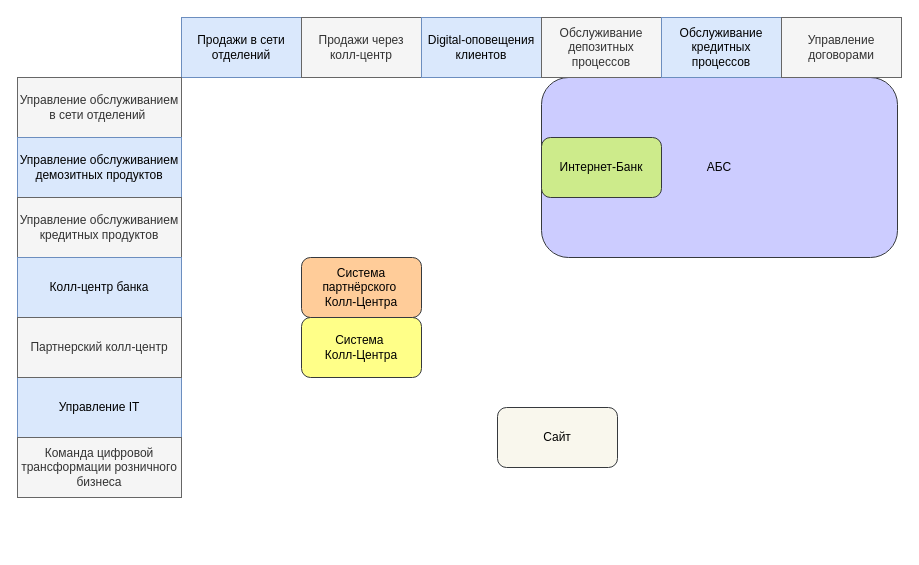
Before: page "Страница — 1" (1 of 2) of it_land_map.drawio in MorKaragh/drawings, a draw.io diagram. Source tidied: cells renumbered, new cells numbered last; positions are measured from the earlier drawing's top-left corner, leaving out a move shared by most shapes. Both pictures are drawn from the tidied source at 100%, with x=0, y=0 at pixel (17, 17).
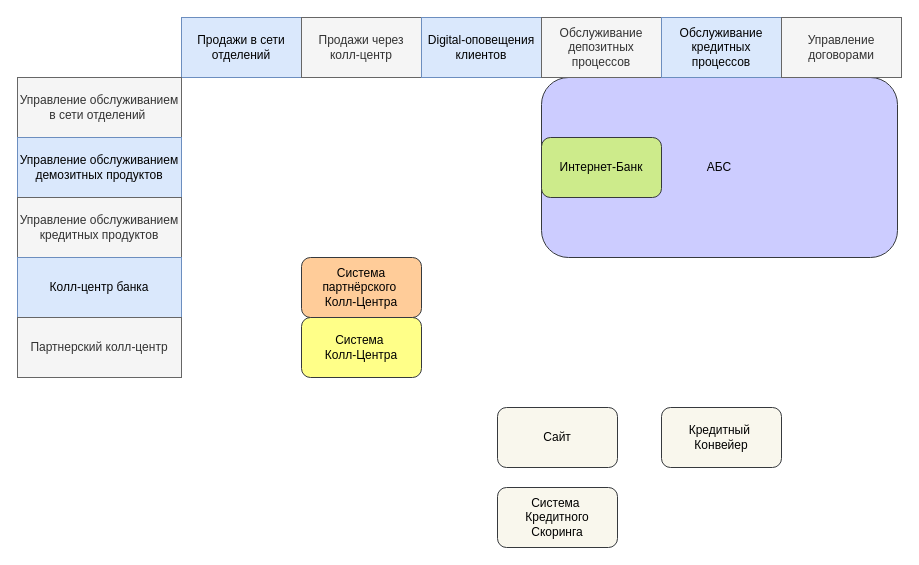
The same diagram, later.

What changed in the source:
```diff
@@
 <mxGraphModel>
   <root>
     <mxCell id="0" />
     <mxCell id="1" parent="0" />
     <mxCell id="2" value="АБС" style="rounded=1;whiteSpace=wrap;html=1;fillColor=#CCCCFF;strokeColor=#36393d;" parent="1" vertex="1">
       <mxGeometry x="524" y="60" width="356" height="180" as="geometry" />
     </mxCell>
     <mxCell id="3" value="Продажи в сети отделений" style="rounded=0;whiteSpace=wrap;html=1;fillColor=#dae8fc;strokeColor=#6c8ebf;" parent="1" vertex="1">
       <mxGeometry x="164" width="120" height="60" as="geometry" />
     </mxCell>
     <mxCell id="4" value="Продажи через колл-центр" style="rounded=0;whiteSpace=wrap;html=1;fillColor=#f5f5f5;fontColor=#333333;strokeColor=#666666;" parent="1" vertex="1">
       <mxGeometry x="284" width="120" height="60" as="geometry" />
     </mxCell>
     <mxCell id="5" value="Digital-оповещения клиентов" style="rounded=0;whiteSpace=wrap;html=1;fillColor=#dae8fc;strokeColor=#6c8ebf;" parent="1" vertex="1">
       <mxGeometry x="404" width="120" height="60" as="geometry" />
     </mxCell>
     <mxCell id="6" value="Обслуживание депозитных процессов" style="rounded=0;whiteSpace=wrap;html=1;fillColor=#f5f5f5;fontColor=#333333;strokeColor=#666666;" parent="1" vertex="1">
       <mxGeometry x="524" width="120" height="60" as="geometry" />
     </mxCell>
     <mxCell id="7" value="Обслуживание кредитных процессов" style="rounded=0;whiteSpace=wrap;html=1;fillColor=#dae8fc;strokeColor=#6c8ebf;" parent="1" vertex="1">
       <mxGeometry x="644" width="120" height="60" as="geometry" />
     </mxCell>
     <mxCell id="8" value="Управление договорами" style="rounded=0;whiteSpace=wrap;html=1;fillColor=#f5f5f5;fontColor=#333333;strokeColor=#666666;" parent="1" vertex="1">
       <mxGeometry x="764" width="120" height="60" as="geometry" />
     </mxCell>
     <mxCell id="9" value="Управление обслуживанием в сети отделений&amp;nbsp;" style="rounded=0;whiteSpace=wrap;html=1;fillColor=#f5f5f5;fontColor=#333333;strokeColor=#666666;" parent="1" vertex="1">
       <mxGeometry y="60" width="164" height="60" as="geometry" />
     </mxCell>
-    <mxCell id="10" value="Управление IT" style="rounded=0;whiteSpace=wrap;html=1;fillColor=#dae8fc;strokeColor=#6c8ebf;" parent="1" vertex="1">
-      <mxGeometry y="360" width="164" height="60" as="geometry" />
-    </mxCell>
     <mxCell id="11" value="Управление обслуживанием демозитных продуктов" style="rounded=0;whiteSpace=wrap;html=1;fillColor=#dae8fc;strokeColor=#6c8ebf;" parent="1" vertex="1">
       <mxGeometry y="120" width="164" height="60" as="geometry" />
     </mxCell>
     <mxCell id="12" value="Управление обслуживанием кредитных продуктов" style="rounded=0;whiteSpace=wrap;html=1;fillColor=#f5f5f5;strokeColor=#666666;fontColor=#333333;" parent="1" vertex="1">
       <mxGeometry y="180" width="164" height="60" as="geometry" />
     </mxCell>
     <mxCell id="13" value="Колл-центр банка" style="rounded=0;whiteSpace=wrap;html=1;fillColor=#dae8fc;strokeColor=#6c8ebf;" parent="1" vertex="1">
       <mxGeometry y="240" width="164" height="60" as="geometry" />
     </mxCell>
     <mxCell id="14" value="Партнерский колл-центр" style="rounded=0;whiteSpace=wrap;html=1;fillColor=#f5f5f5;strokeColor=#666666;fontColor=#333333;" parent="1" vertex="1">
       <mxGeometry y="300" width="164" height="60" as="geometry" />
     </mxCell>
-    <mxCell id="15" value="Команда цифровой трансформации розничного бизнеса" style="rounded=0;whiteSpace=wrap;html=1;fillColor=#f5f5f5;fontColor=#333333;strokeColor=#666666;" parent="1" vertex="1">
-      <mxGeometry y="420" width="164" height="60" as="geometry" />
-    </mxCell>
     <mxCell id="16" value="Интернет-Банк" style="rounded=1;whiteSpace=wrap;html=1;fillColor=#cdeb8b;strokeColor=#36393d;" parent="1" vertex="1">
       <mxGeometry x="524" y="120" width="120" height="60" as="geometry" />
     </mxCell>
     <mxCell id="17" value="Система&amp;nbsp;&lt;div&gt;Колл-Центра&lt;/div&gt;" style="rounded=1;whiteSpace=wrap;html=1;fillColor=#ffff88;strokeColor=#36393d;" parent="1" vertex="1">
       <mxGeometry x="284" y="300" width="120" height="60" as="geometry" />
     </mxCell>
     <mxCell id="18" value="Система партнёрского&amp;nbsp;&lt;div&gt;Колл-Центра&lt;/div&gt;" style="rounded=1;whiteSpace=wrap;html=1;fillColor=#ffcc99;strokeColor=#36393d;" parent="1" vertex="1">
       <mxGeometry x="284" y="240" width="120" height="60" as="geometry" />
     </mxCell>
     <mxCell id="19" value="Сайт" style="rounded=1;whiteSpace=wrap;html=1;fillColor=#f9f7ed;strokeColor=#36393d;" parent="1" vertex="1">
       <mxGeometry x="480" y="390" width="120" height="60" as="geometry" />
     </mxCell>
+    <mxCell id="20" value="Кредитный&amp;nbsp;&lt;div&gt;Конвейер&lt;/div&gt;" style="rounded=1;whiteSpace=wrap;html=1;fillColor=#f9f7ed;strokeColor=#36393d;" parent="1" vertex="1">
+      <mxGeometry x="644" y="390" width="120" height="60" as="geometry" />
+    </mxCell>
+    <mxCell id="21" value="Система&amp;nbsp;&lt;div&gt;Кредитного&lt;/div&gt;&lt;div&gt;Скоринга&lt;/div&gt;" style="rounded=1;whiteSpace=wrap;html=1;fillColor=#f9f7ed;strokeColor=#36393d;" parent="1" vertex="1">
+      <mxGeometry x="480" y="470" width="120" height="60" as="geometry" />
+    </mxCell>
   </root>
 </mxGraphModel>
```
